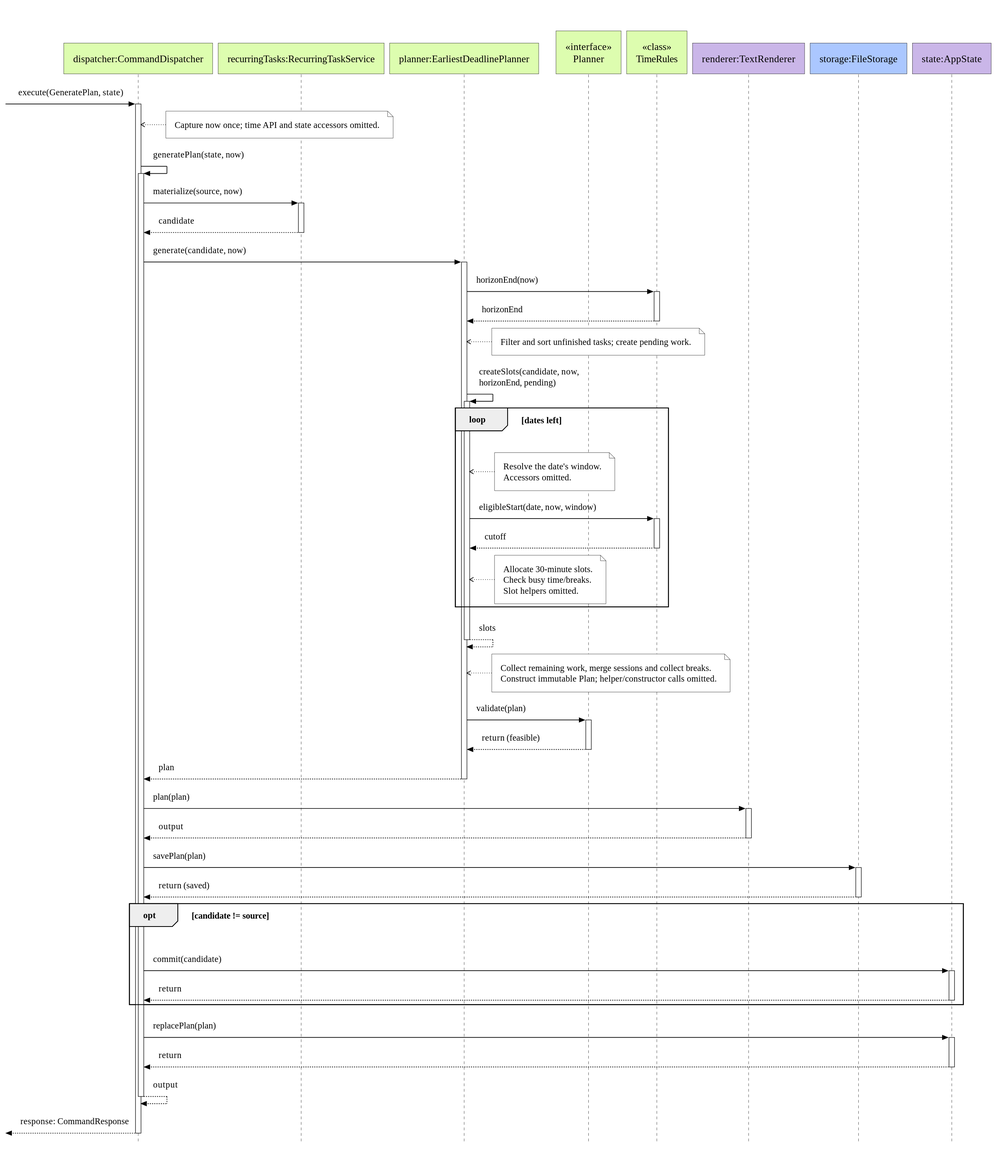
This is docs/images/gabriel-planning-sequence.svg from AY2627S1-CS2113-T10-1/tp, a PlantUML export, as it was before one commit.
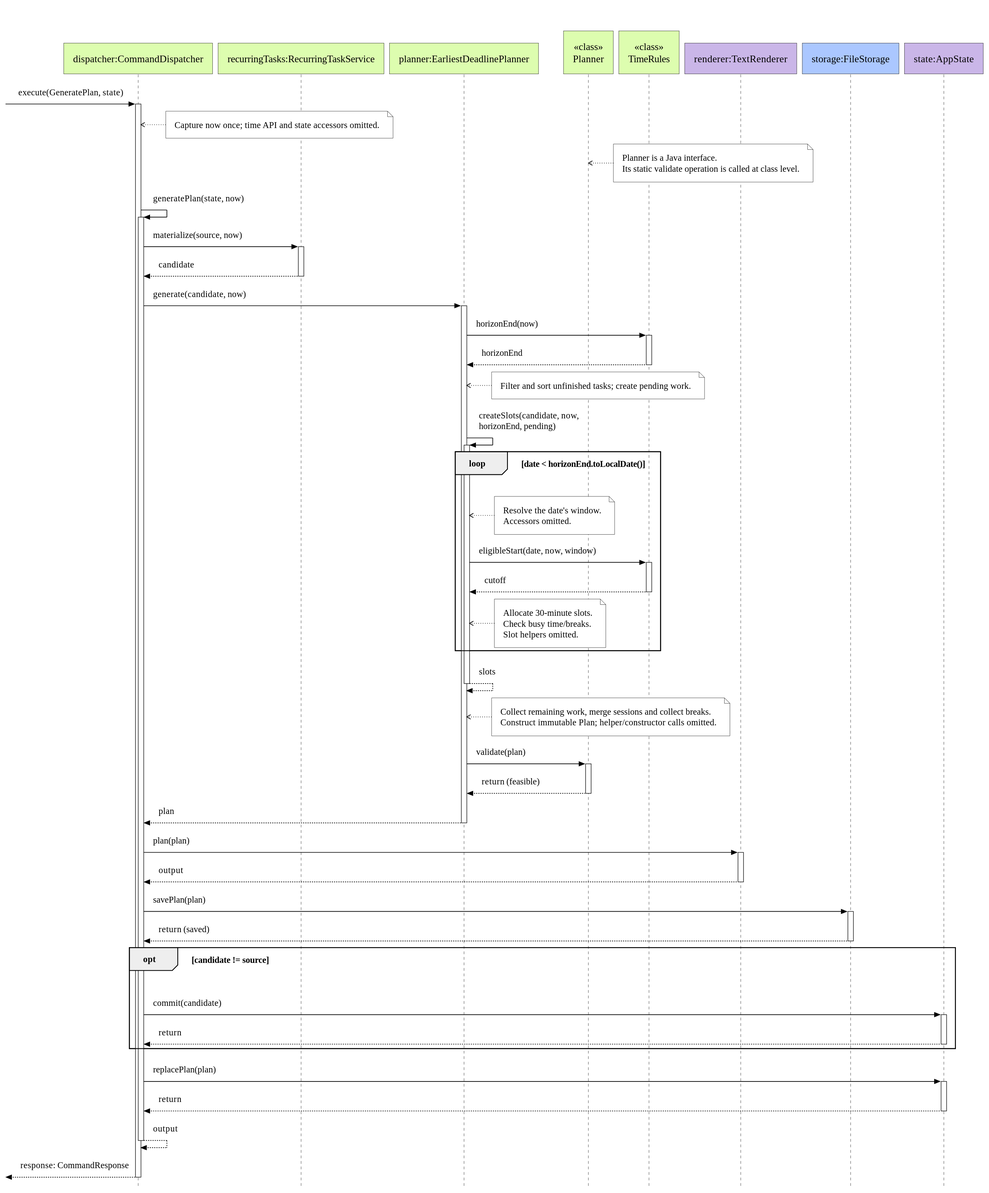
After the change.

Commit message:
Align planning UML with the course reference sheet

Diff of the diagram source:
```diff
@@ -5,7 +5,7 @@
 participant "dispatcher:CommandDispatcher" as Dispatcher DOMAIN
 participant "recurringTasks:RecurringTaskService" as Recurrence DOMAIN
 participant "planner:EarliestDeadlinePlanner" as Planner DOMAIN
-participant "Planner" as Validation <<interface>> DOMAIN
+participant "Planner" as Validation <<class>> DOMAIN
 participant "TimeRules" as Rules <<class>> DOMAIN
 participant "renderer:TextRenderer" as Renderer SHELL
 participant "storage:FileStorage" as Storage PERSISTENCE
@@ -13,6 +13,10 @@
 
 [-> Dispatcher ++ : execute(GeneratePlan, state)
 note right of Dispatcher : Capture now once; time API and state accessors omitted.
+note right of Validation
+  Planner is a Java interface.
+  Its static validate operation is called at class level.
+end note
 Dispatcher -> Dispatcher ++ : generatePlan(state, now)
 Dispatcher -> Recurrence ++ : materialize(source, now)
 Recurrence --> Dispatcher -- : candidate
@@ -21,7 +25,7 @@
 Rules --> Planner -- : horizonEnd
 note right of Planner : Filter and sort unfinished tasks; create pending work.
 Planner -> Planner ++ : createSlots(candidate, now, horizonEnd, pending)
-loop dates left
+loop date < horizonEnd.toLocalDate()
     note right of Planner
       Resolve the date's window.
       Accessors omitted.
```
